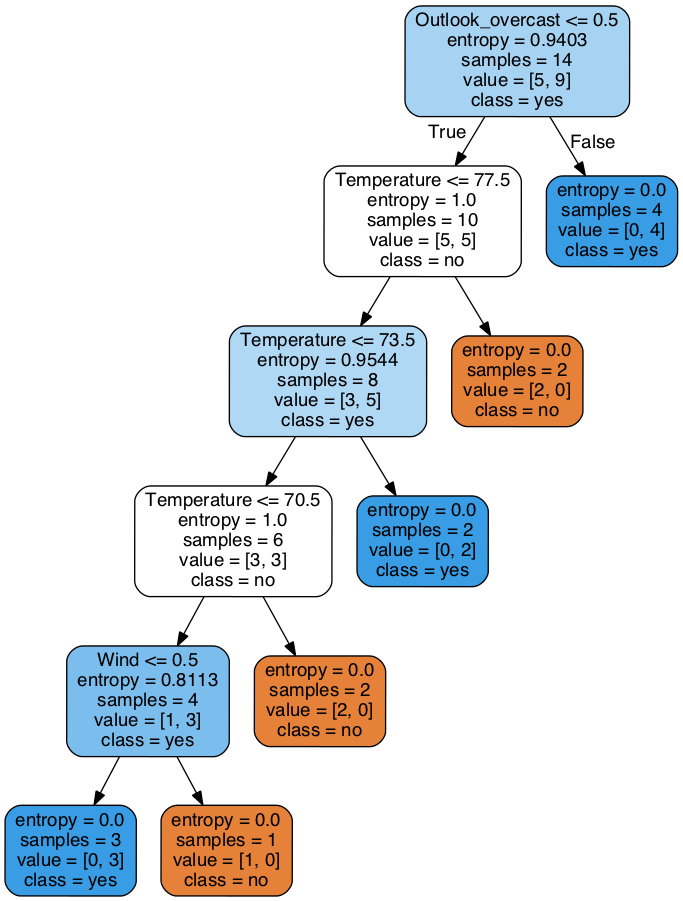
The Graphviz diagram figures/classification/tree-golf.png in jgoerner/DataMining, before a commit. Its source is kept beside it as figures/classification/tree-golf.dot. Its diagram source:
```dot
digraph Tree {
node [shape=box, style="filled, rounded", color="black", fontname=helvetica] ;
edge [fontname=helvetica] ;
0 [label="Outlook_overcast <= 0.5\nentropy = 0.9403\nsamples = 14\nvalue = [5, 9]\nclass = yes", fillcolor="#399de571"] ;
1 [label="Temperature <= 77.5\nentropy = 1.0\nsamples = 10\nvalue = [5, 5]\nclass = no", fillcolor="#e5813900"] ;
0 -> 1 [labeldistance=2.5, labelangle=45, headlabel="True"] ;
2 [label="Temperature <= 73.5\nentropy = 0.9544\nsamples = 8\nvalue = [3, 5]\nclass = yes", fillcolor="#399de566"] ;
1 -> 2 ;
3 [label="Temperature <= 70.5\nentropy = 1.0\nsamples = 6\nvalue = [3, 3]\nclass = no", fillcolor="#e5813900"] ;
2 -> 3 ;
4 [label="Wind <= 0.5\nentropy = 0.8113\nsamples = 4\nvalue = [1, 3]\nclass = yes", fillcolor="#399de5aa"] ;
3 -> 4 ;
5 [label="entropy = 0.0\nsamples = 3\nvalue = [0, 3]\nclass = yes", fillcolor="#399de5ff"] ;
4 -> 5 ;
6 [label="entropy = 0.0\nsamples = 1\nvalue = [1, 0]\nclass = no", fillcolor="#e58139ff"] ;
4 -> 6 ;
7 [label="entropy = 0.0\nsamples = 2\nvalue = [2, 0]\nclass = no", fillcolor="#e58139ff"] ;
3 -> 7 ;
8 [label="entropy = 0.0\nsamples = 2\nvalue = [0, 2]\nclass = yes", fillcolor="#399de5ff"] ;
2 -> 8 ;
9 [label="entropy = 0.0\nsamples = 2\nvalue = [2, 0]\nclass = no", fillcolor="#e58139ff"] ;
1 -> 9 ;
10 [label="entropy = 0.0\nsamples = 4\nvalue = [0, 4]\nclass = yes", fillcolor="#399de5ff"] ;
0 -> 10 [labeldistance=2.5, labelangle=-45, headlabel="False"] ;
}
```
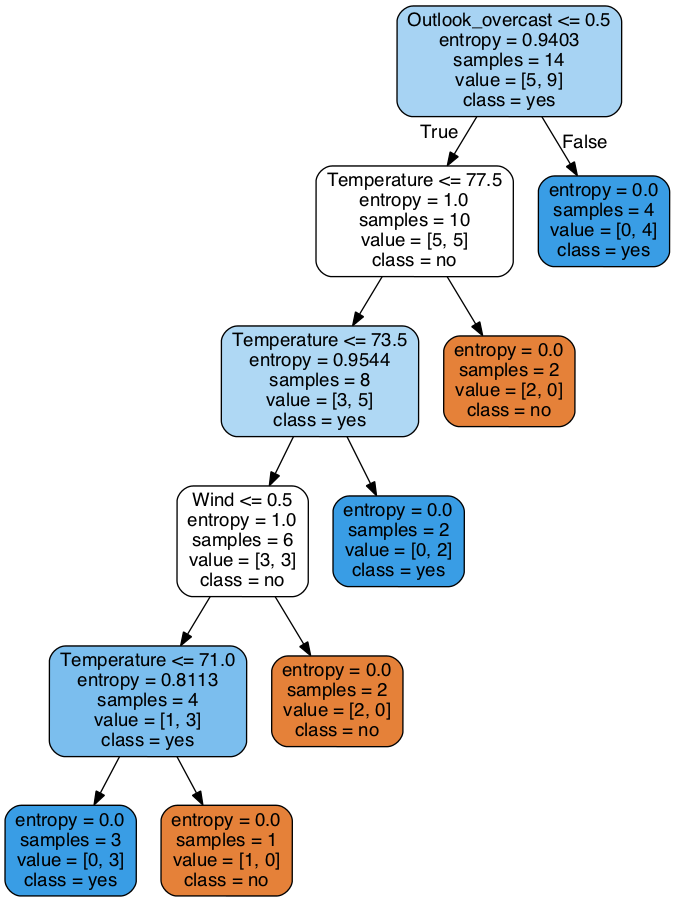
Later version of the same file.

Diff of the diagram source:
```diff
@@ -6,9 +6,9 @@
 0 -> 1 [labeldistance=2.5, labelangle=45, headlabel="True"] ;
 2 [label="Temperature <= 73.5\nentropy = 0.9544\nsamples = 8\nvalue = [3, 5]\nclass = yes", fillcolor="#399de566"] ;
 1 -> 2 ;
-3 [label="Temperature <= 70.5\nentropy = 1.0\nsamples = 6\nvalue = [3, 3]\nclass = no", fillcolor="#e5813900"] ;
+3 [label="Wind <= 0.5\nentropy = 1.0\nsamples = 6\nvalue = [3, 3]\nclass = no", fillcolor="#e5813900"] ;
 2 -> 3 ;
-4 [label="Wind <= 0.5\nentropy = 0.8113\nsamples = 4\nvalue = [1, 3]\nclass = yes", fillcolor="#399de5aa"] ;
+4 [label="Temperature <= 71.0\nentropy = 0.8113\nsamples = 4\nvalue = [1, 3]\nclass = yes", fillcolor="#399de5aa"] ;
 3 -> 4 ;
 5 [label="entropy = 0.0\nsamples = 3\nvalue = [0, 3]\nclass = yes", fillcolor="#399de5ff"] ;
 4 -> 5 ;
```
